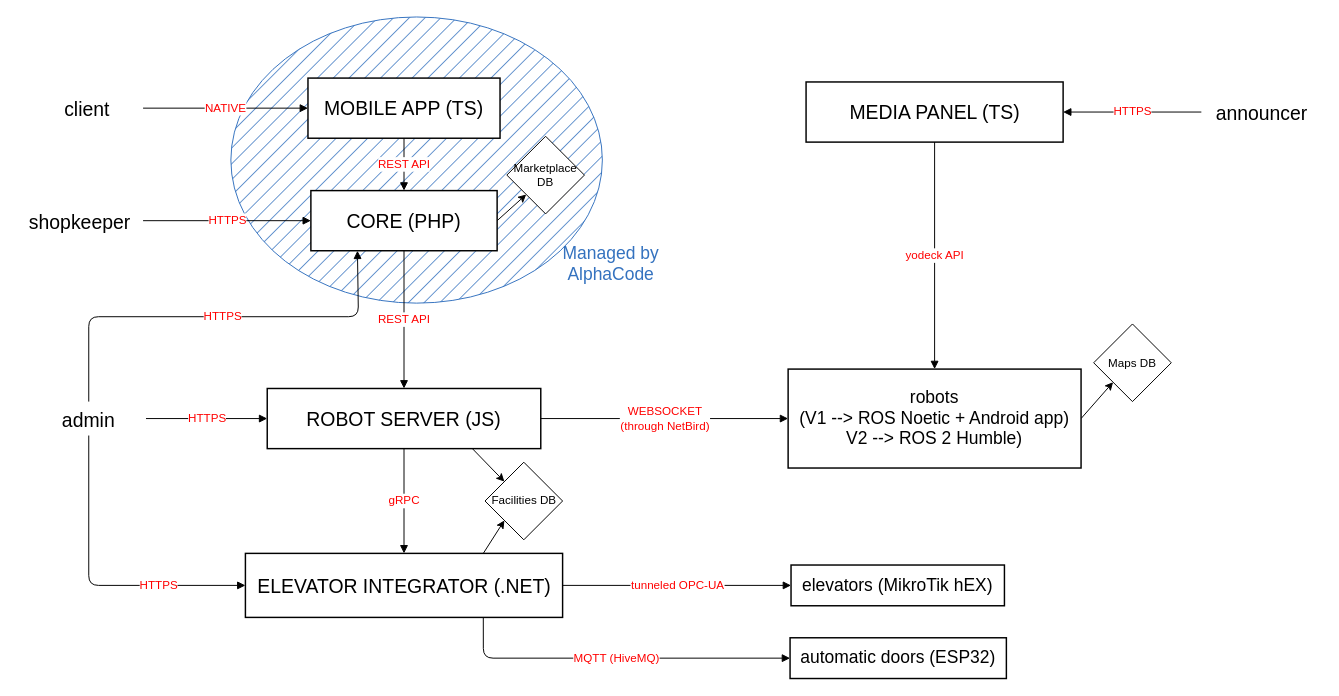
Above: skyfood_architecture.drawio in MekhyW/skyfood-infra (draw.io), before the change. Source tidied: cells renumbered, new cells numbered last; positions are measured from the earlier drawing's top-left corner, leaving out a move shared by most shapes. Both pictures are drawn from the tidied source at 97%, with x=0, y=0 at pixel (16, 16).
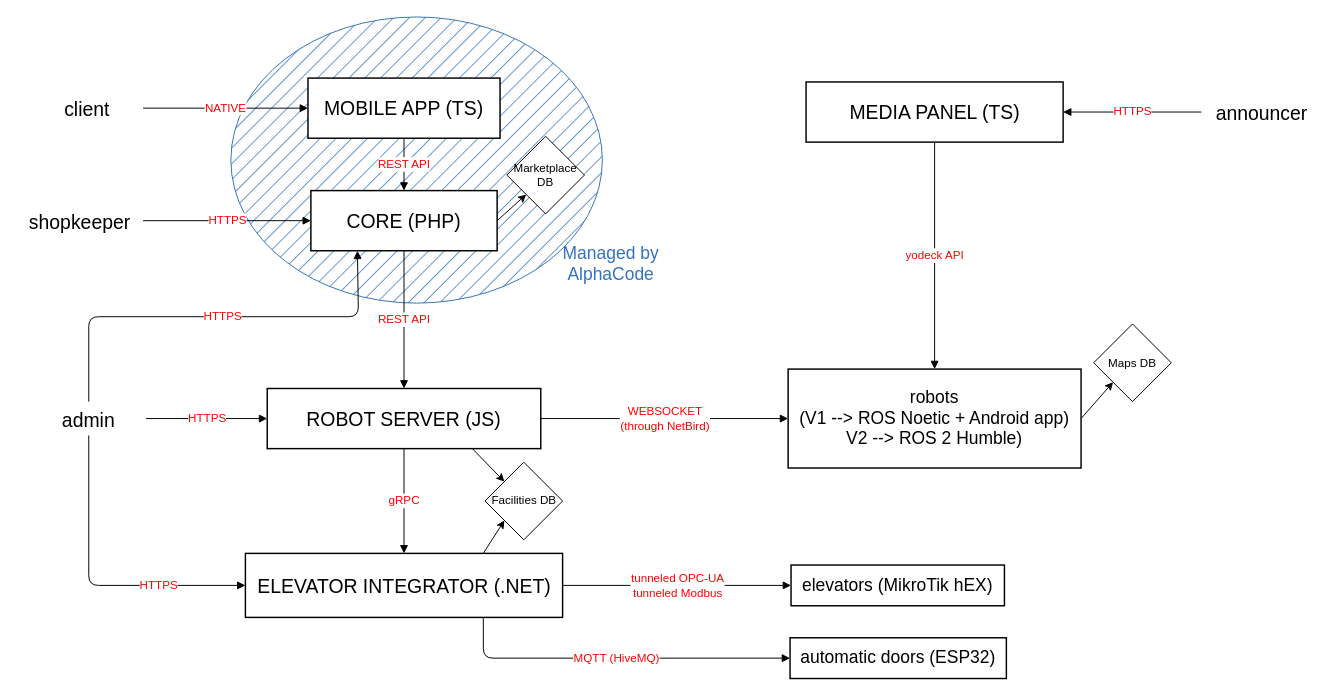
The same page after the edit.

The change refers to these unchanged cells:
```xml
<mxCell id="10" value="ELEVATOR INTEGRATOR (.NET)" style="rounded=0;whiteSpace=wrap;html=1;strokeWidth=1.5;fontSize=20;" parent="1" vertex="1">
  <mxGeometry x="235.5" y="553" width="327" height="66" as="geometry" />
</mxCell>
<mxCell id="13" value="elevators (MikroTik hEX)" style="rounded=0;whiteSpace=wrap;html=1;strokeWidth=1.5;fontSize=18;" parent="1" vertex="1">
  <mxGeometry x="798" y="565" width="220" height="42" as="geometry" />
</mxCell>
```

Change to the diagram source:
```diff
@@
-    <mxCell id="25" value="tunneled OPC-UA" style="edgeStyle=orthogonalEdgeStyle;html=1;endArrow=block;fontColor=#ff0000;fontSize=12;" parent="1" edge="1" source="10" target="13">
+    <mxCell id="25" value="tunneled OPC-UA&lt;br&gt;tunneled Modbus" style="edgeStyle=orthogonalEdgeStyle;html=1;endArrow=block;fontColor=#ff0000;fontSize=12;" parent="1" edge="1" source="10" target="13">
       <mxGeometry relative="1" as="geometry" />
     </mxCell>
```
